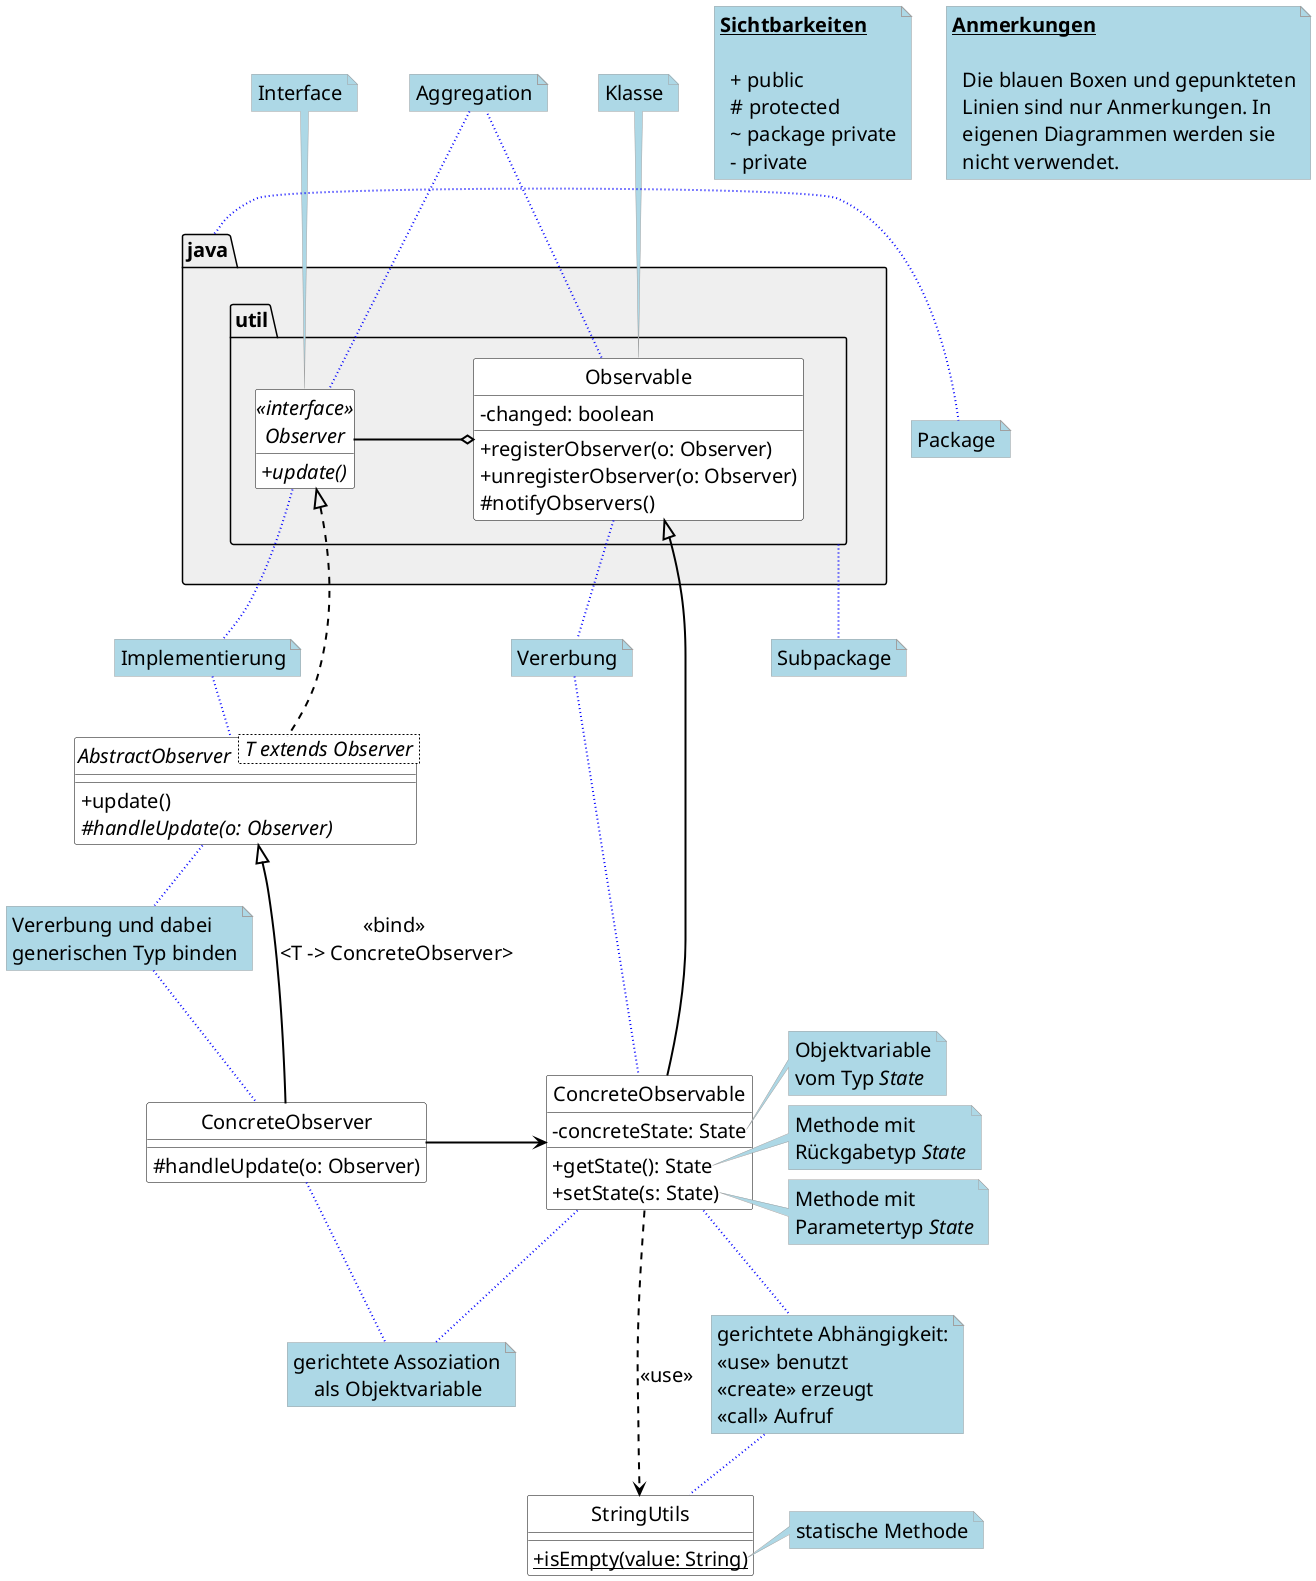
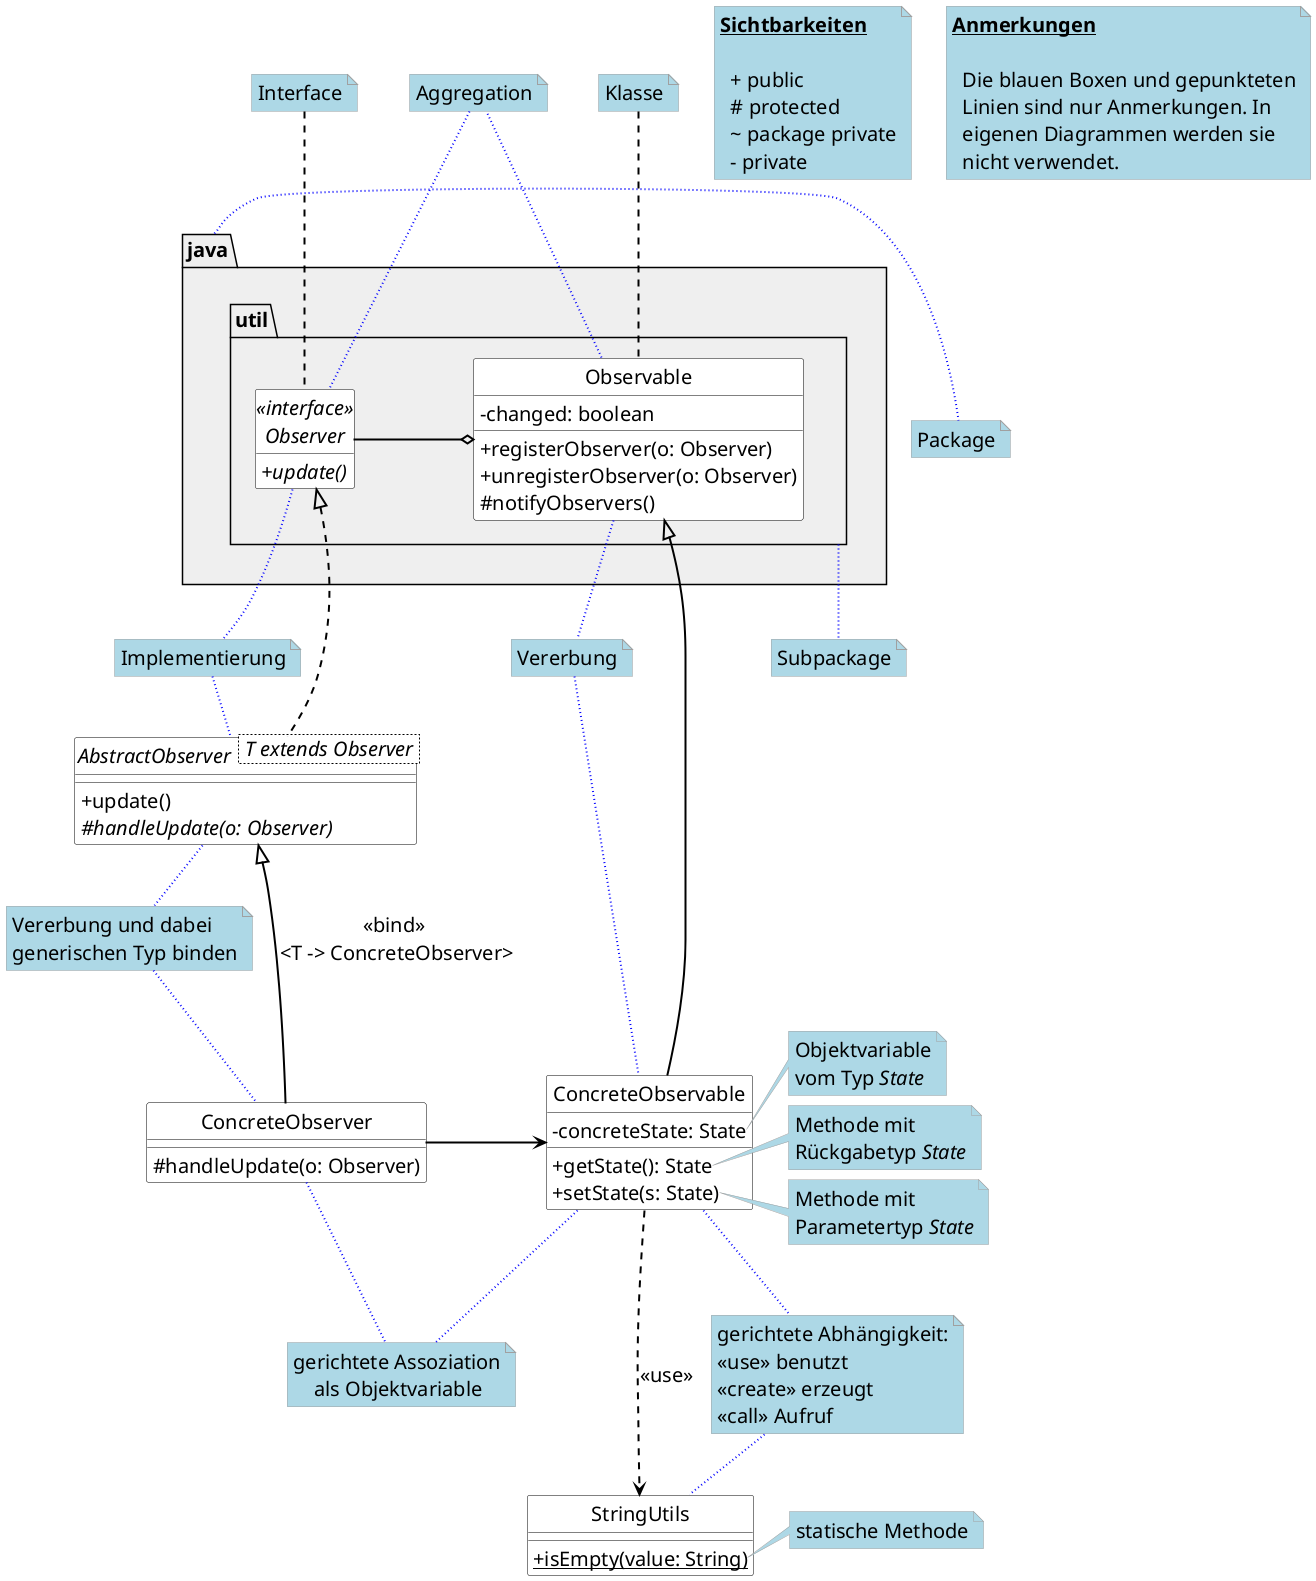
@startuml

skinparam package {
  BackgroundColor #efefef
  BorderColor #a0a0a0
  BackgroundColor<<Main>> gold
  BorderColor black
  ArrowColor black
  FontName Arial Unicode MS
  FontSize 20
}

skinparam class {
  BackgroundColor #white
  BorderColor #f4f4f4
  BackgroundColor<<Main>> gold
  BorderColor black
  ArrowColor black
  FontName Arial Unicode MS
  FontSize 20
}

skinparam note {
  BackgroundColor LightBlue
  BorderColor #a0a0a0
  FontName Arial
  FontSize 14
  FontColor black
  RoundCorner 15
  LineType solid
}

skinparam classFontSize 24
skinparam classAttributeIconSize 0
skinparam defaultFontSize 20

skinparam ArrowColor black
skinparam ArrowThickness 2

hide circle
+ 
+ skinparam style strictuml

package java.util {
    class Observable {
        - changed: boolean
        +registerObserver(o: Observer)
        +unregisterObserver(o: Observer)
        #notifyObservers()
    }

    interface Observer <<interface>> {
        +update() {abstract}
    }
}

class ConcreteObservable {
    -concreteState: State
    +getState(): State
    +setState(s: State)
}

Observable <|-- ConcreteObservable

hide interface fields

abstract class AbstractObserver < T extends Observer >  {
    +update()
    #handleUpdate(o: Observer) {abstract}
}

class ConcreteObserver {
    #handleUpdate(o: Observer)
}

class StringUtils {
    +isEmpty(value: String) {static}
}

Observable o- Observer : \t\t

Observer <|.. AbstractObserver
AbstractObserver <|-- ConcreteObserver : <<bind>> \n<T -> ConcreteObserver>
ConcreteObservable <-left- ConcreteObserver : \t\t
ConcreteObservable .down.> StringUtils : <<use>>

' Notes

note "Package" as Package
note "Subpackage" as Subpackage
note "Klasse" as Class
note "Interface" as Interface
note "Vererbung" as Vererbung
note "Implementierung" as Implementierung
note "gerichtete Assoziation\n    als Objektvariable" as Assoziation
note "Vererbung und dabei\ngenerischen Typ binden" as Generics
note "gerichtete Abhängigkeit:\n<<use>> benutzt\n<<create>> erzeugt\n<<call>> Aufruf" as Dependency
note "Aggregation" as Aggregation

java .right[#blue,dotted]. Package
util .down[#blue,dotted]. Subpackage
Observable .up. Class
Observable .[#blue,dotted]. Vererbung
ConcreteObservable .up[#blue,dotted]. Vererbung
Observer .up. Interface

Observer .up[#blue,dotted]. Aggregation
Aggregation .up[#blue,dotted]. Observable

Observer .down[#blue,dotted]. Implementierung
AbstractObserver .up[#blue,dotted]. Implementierung

ConcreteObserver .down[#blue,dotted]. Assoziation
ConcreteObservable .down[#blue,dotted]. Assoziation

ConcreteObserver .up[#blue,dotted]. Generics
AbstractObserver .down[#blue,dotted]. Generics

ConcreteObservable .[#blue,dotted]. Dependency
StringUtils .up[#blue,dotted]. Dependency

note right of ConcreteObservable::concreteState
  Objektvariable
  vom Typ <i>State</i>
end note

note right of ConcreteObservable::getState
  Methode mit
  Rückgabetyp <i>State</i>
end note

note right of ConcreteObservable::setState
  Methode mit
  Parametertyp <i>State</i>
end note

note right of StringUtils::isEmpty
  statische Methode
end note

note as floating
  <u><b>Sichtbarkeiten</b></u>

    + public
    # protected
    ~ package private
    - private
end note

note as notes
  <u><b>Anmerkungen</b></u>

    Die blauen Boxen und gepunkteten
    Linien sind nur Anmerkungen. In
    eigenen Diagrammen werden sie
    nicht verwendet.
end note

@enduml
